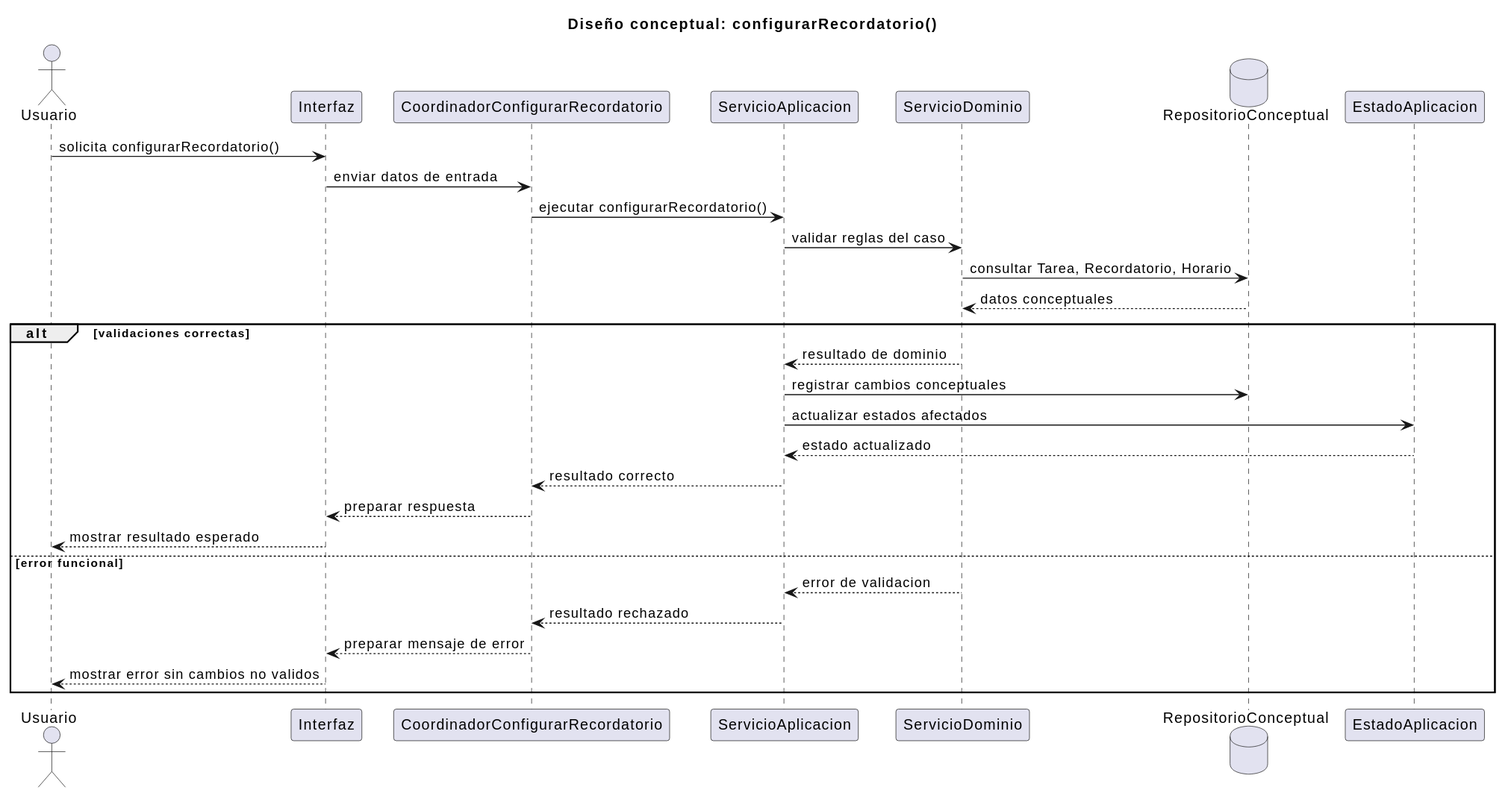
Above: documents/RUP/02-diseño/casos-uso/planificacion-configuracion/configurarRecordatorio/secuencia.svg in inigovaqueroo04/25-26-idsw2-sdVC (PlantUML), before the change. Its diagram source:
```plantuml
@startuml
title Diseño conceptual: configurarRecordatorio()

actor "Usuario" as Usuario
participant "Interfaz" as Interfaz
participant "CoordinadorConfigurarRecordatorio" as Coordinador
participant "ServicioAplicacion" as ServicioAplicacion
participant "ServicioDominio" as ServicioDominio
database "RepositorioConceptual" as Repositorio
participant "EstadoAplicacion" as EstadoAplicacion

Usuario -> Interfaz : solicita configurarRecordatorio()
Interfaz -> Coordinador : enviar datos de entrada
Coordinador -> ServicioAplicacion : ejecutar configurarRecordatorio()
ServicioAplicacion -> ServicioDominio : validar reglas del caso
ServicioDominio -> Repositorio : consultar Tarea, Recordatorio, Horario
Repositorio --> ServicioDominio : datos conceptuales

alt validaciones correctas
  ServicioDominio --> ServicioAplicacion : resultado de dominio
  ServicioAplicacion -> Repositorio : registrar cambios conceptuales
  ServicioAplicacion -> EstadoAplicacion : actualizar estados afectados
  EstadoAplicacion --> ServicioAplicacion : estado actualizado
  ServicioAplicacion --> Coordinador : resultado correcto
  Coordinador --> Interfaz : preparar respuesta
  Interfaz --> Usuario : mostrar resultado esperado
else error funcional
  ServicioDominio --> ServicioAplicacion : error de validacion
  ServicioAplicacion --> Coordinador : resultado rechazado
  Coordinador --> Interfaz : preparar mensaje de error
  Interfaz --> Usuario : mostrar error sin cambios no validos
end
@enduml
```
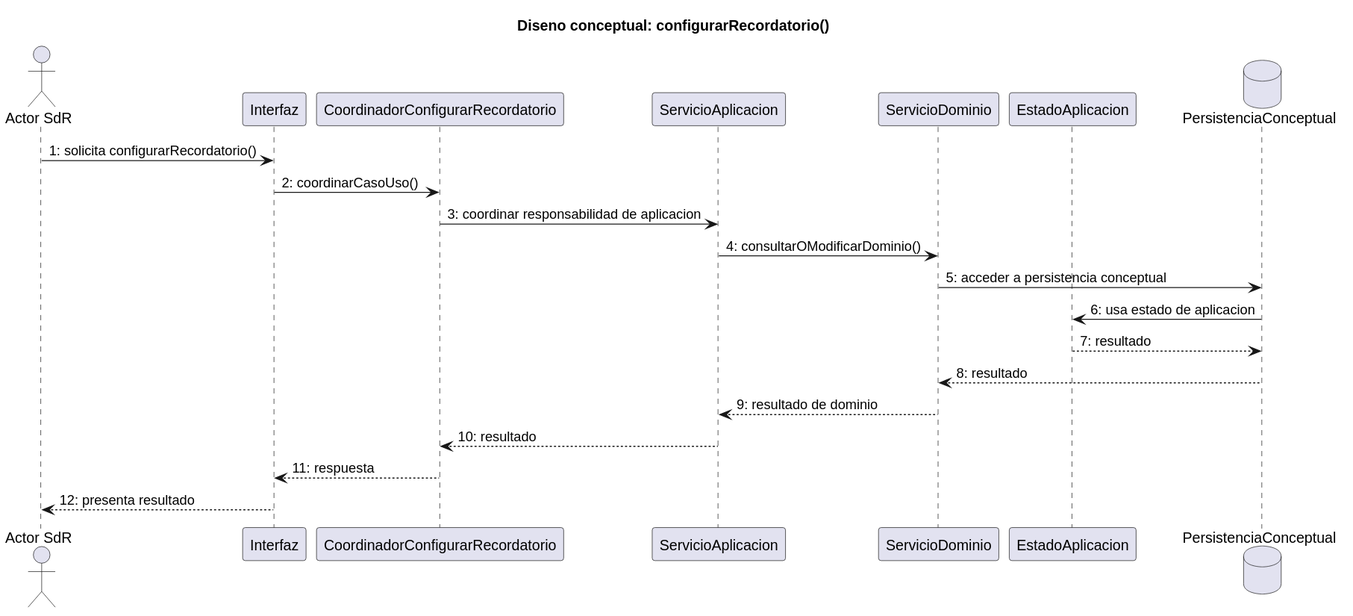
The same file after the commit.

Commit message:
docs: ajustar diseno de configurar recordatorio

What changed in the source:
```diff
@@ -1,33 +1,24 @@
 @startuml
-title Diseño conceptual: configurarRecordatorio()
+title Diseno conceptual: configurarRecordatorio()
 
-actor "Usuario" as Usuario
+actor "Actor SdR" as Actor
 participant "Interfaz" as Interfaz
 participant "CoordinadorConfigurarRecordatorio" as Coordinador
 participant "ServicioAplicacion" as ServicioAplicacion
 participant "ServicioDominio" as ServicioDominio
-database "RepositorioConceptual" as Repositorio
 participant "EstadoAplicacion" as EstadoAplicacion
+database "PersistenciaConceptual" as Persistencia
 
-Usuario -> Interfaz : solicita configurarRecordatorio()
-Interfaz -> Coordinador : enviar datos de entrada
-Coordinador -> ServicioAplicacion : ejecutar configurarRecordatorio()
-ServicioAplicacion -> ServicioDominio : validar reglas del caso
-ServicioDominio -> Repositorio : consultar Tarea, Recordatorio, Horario
-Repositorio --> ServicioDominio : datos conceptuales
-
-alt validaciones correctas
-  ServicioDominio --> ServicioAplicacion : resultado de dominio
-  ServicioAplicacion -> Repositorio : registrar cambios conceptuales
-  ServicioAplicacion -> EstadoAplicacion : actualizar estados afectados
-  EstadoAplicacion --> ServicioAplicacion : estado actualizado
-  ServicioAplicacion --> Coordinador : resultado correcto
-  Coordinador --> Interfaz : preparar respuesta
-  Interfaz --> Usuario : mostrar resultado esperado
-else error funcional
-  ServicioDominio --> ServicioAplicacion : error de validacion
-  ServicioAplicacion --> Coordinador : resultado rechazado
-  Coordinador --> Interfaz : preparar mensaje de error
-  Interfaz --> Usuario : mostrar error sin cambios no validos
-end
+Actor -> Interfaz : 1: solicita configurarRecordatorio()
+Interfaz -> Coordinador : 2: coordinarCasoUso()
+Coordinador -> ServicioAplicacion : 3: coordinar responsabilidad de aplicacion
+ServicioAplicacion -> ServicioDominio : 4: consultarOModificarDominio()
+ServicioDominio -> Persistencia : 5: acceder a persistencia conceptual
+Persistencia -> EstadoAplicacion : 6: usa estado de aplicacion
+EstadoAplicacion --> Persistencia : 7: resultado
+Persistencia --> ServicioDominio : 8: resultado
+ServicioDominio --> ServicioAplicacion : 9: resultado de dominio
+ServicioAplicacion --> Coordinador : 10: resultado
+Coordinador --> Interfaz : 11: respuesta
+Interfaz --> Actor : 12: presenta resultado
 @enduml
```
